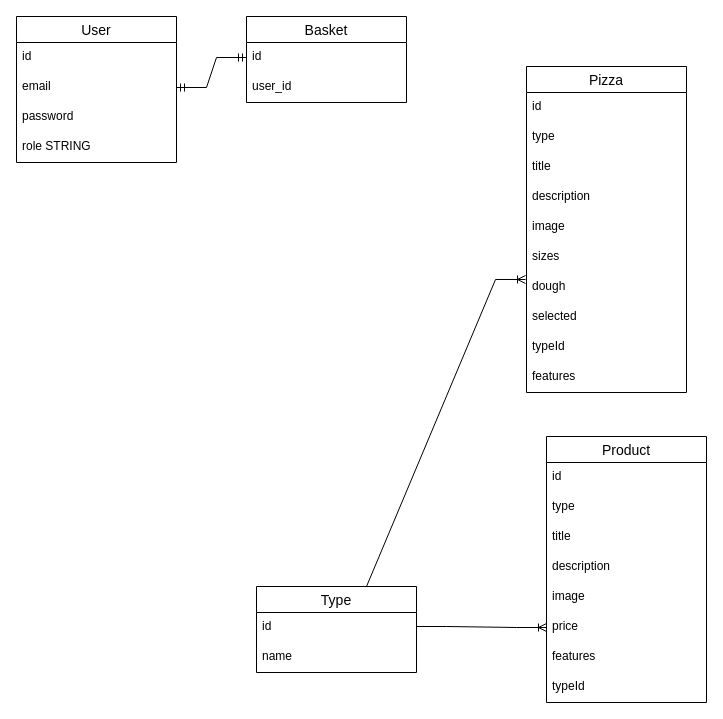
Above: pizza-db.drawio in ALevterov/Pizza-Website-client (draw.io), before the change. Source tidied: cells renumbered, new cells numbered last; positions are measured from the earlier drawing's top-left corner, leaving out a move shared by most shapes. Both pictures are drawn from the tidied source at 100%, with x=0, y=0 at pixel (16, 16).
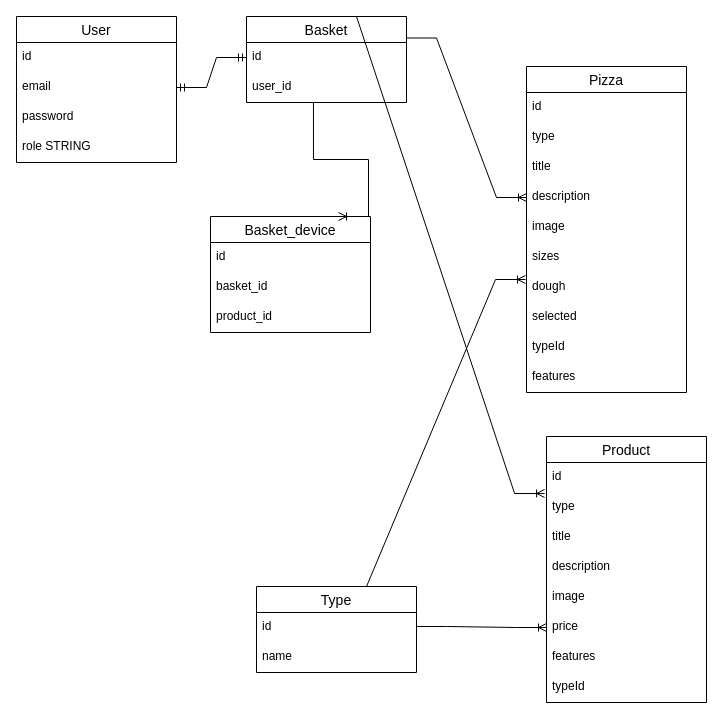
The same page after the edit.

The change refers to these unchanged cells:
```xml
<mxCell id="7" value="Basket" style="swimlane;fontStyle=0;horizontal=1;startSize=26;align=center;fontSize=14;" parent="1" vertex="1">
  <mxGeometry x="230" width="160" height="86" as="geometry" />
</mxCell>
<mxCell id="9" value="user_id" style="text;strokeColor=none;fillColor=none;spacingLeft=4;spacingRight=4;overflow=hidden;points=[[0,0.5],[1,0.5]];portConstraint=eastwest;fontSize=12;" parent="7" vertex="1">
  <mxGeometry y="56" width="160" height="30" as="geometry" />
</mxCell>
<mxCell id="15" value="description" style="text;strokeColor=none;fillColor=none;spacingLeft=4;spacingRight=4;overflow=hidden;points=[[0,0.5],[1,0.5]];portConstraint=eastwest;fontSize=12;" parent="11" vertex="1">
  <mxGeometry y="116" width="160" height="30" as="geometry" />
</mxCell>
<mxCell id="24" value="type" style="text;strokeColor=none;fillColor=none;spacingLeft=4;spacingRight=4;overflow=hidden;points=[[0,0.5],[1,0.5]];portConstraint=eastwest;fontSize=12;" parent="22" vertex="1">
  <mxGeometry y="56" width="160" height="30" as="geometry" />
</mxCell>
```

Diff of the diagram source:
```diff
@@
+    <mxCell id="36" style="edgeStyle=entityRelationEdgeStyle;fontSize=12;html=1;endArrow=ERoneToMany;rounded=0;entryX=0;entryY=0.5;entryDx=0;entryDy=0;exitX=1;exitY=0.25;exitDx=0;exitDy=0;" parent="1" edge="1" source="7" target="15">
+      <mxGeometry relative="1" as="geometry" />
+    </mxCell>
+    <mxCell id="37" style="edgeStyle=entityRelationEdgeStyle;fontSize=12;html=1;endArrow=ERoneToMany;rounded=0;exitX=0.5;exitY=0;exitDx=0;exitDy=0;entryX=-0.012;entryY=0.033;entryDx=0;entryDy=0;entryPerimeter=0;" parent="1" edge="1" source="7" target="24">
+      <mxGeometry relative="1" as="geometry" />
+    </mxCell>
+    <mxCell id="38" value="Basket_device" style="swimlane;fontStyle=0;horizontal=1;startSize=26;align=center;fontSize=14;" parent="1" vertex="1">
+      <mxGeometry x="194" y="200" width="160" height="116" as="geometry" />
+    </mxCell>
+    <mxCell id="39" value="id" style="text;strokeColor=none;fillColor=none;spacingLeft=4;spacingRight=4;overflow=hidden;fontSize=12;" parent="38" vertex="1">
+      <mxGeometry y="26" width="160" height="30" as="geometry" />
+    </mxCell>
+    <mxCell id="40" value="basket_id" style="text;strokeColor=none;fillColor=none;spacingLeft=4;spacingRight=4;overflow=hidden;fontSize=12;" parent="38" vertex="1">
+      <mxGeometry y="56" width="160" height="30" as="geometry" />
+    </mxCell>
+    <mxCell id="41" value="product_id" style="text;strokeColor=none;fillColor=none;spacingLeft=4;spacingRight=4;overflow=hidden;fontSize=12;" parent="38" vertex="1">
+      <mxGeometry y="86" width="160" height="30" as="geometry" />
+    </mxCell>
+    <mxCell id="42" style="edgeStyle=entityRelationEdgeStyle;fontSize=12;html=1;endArrow=ERoneToMany;rounded=0;exitX=0.606;exitY=1;exitDx=0;exitDy=0;exitPerimeter=0;entryX=0.8;entryY=0;entryDx=0;entryDy=0;entryPerimeter=0;" parent="1" edge="1" source="9" target="38">
+      <mxGeometry relative="1" as="geometry" />
+    </mxCell>
```
